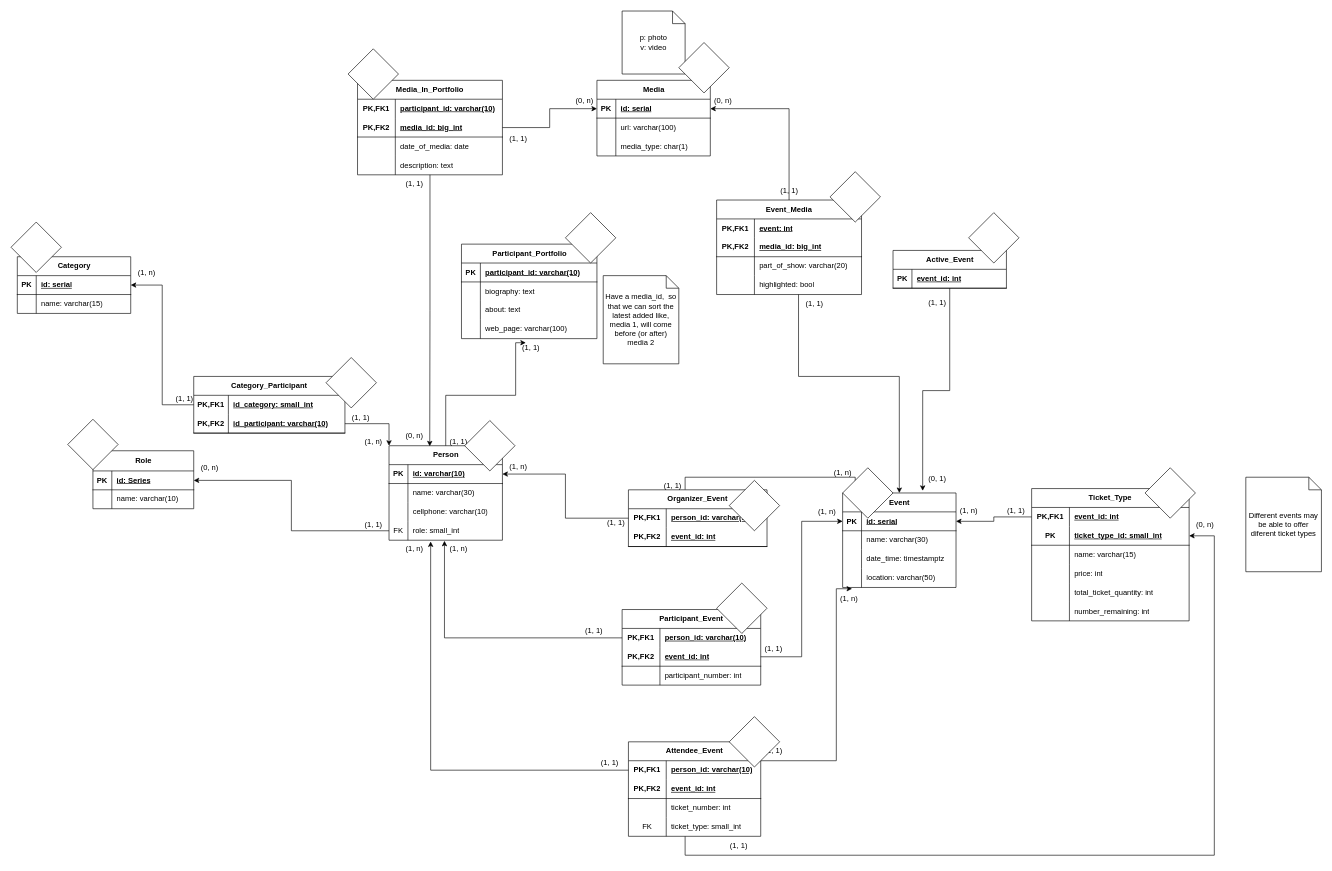
Before: DataBaseDiagram.drawio in Laughcheeta1/ImplementationMidterm, a draw.io diagram. Source tidied: cells renumbered, new cells numbered last; positions are measured from the earlier drawing's top-left corner, leaving out a move shared by most shapes. Both pictures are drawn from the tidied source at 63%, with x=0, y=0 at pixel (11, 11).
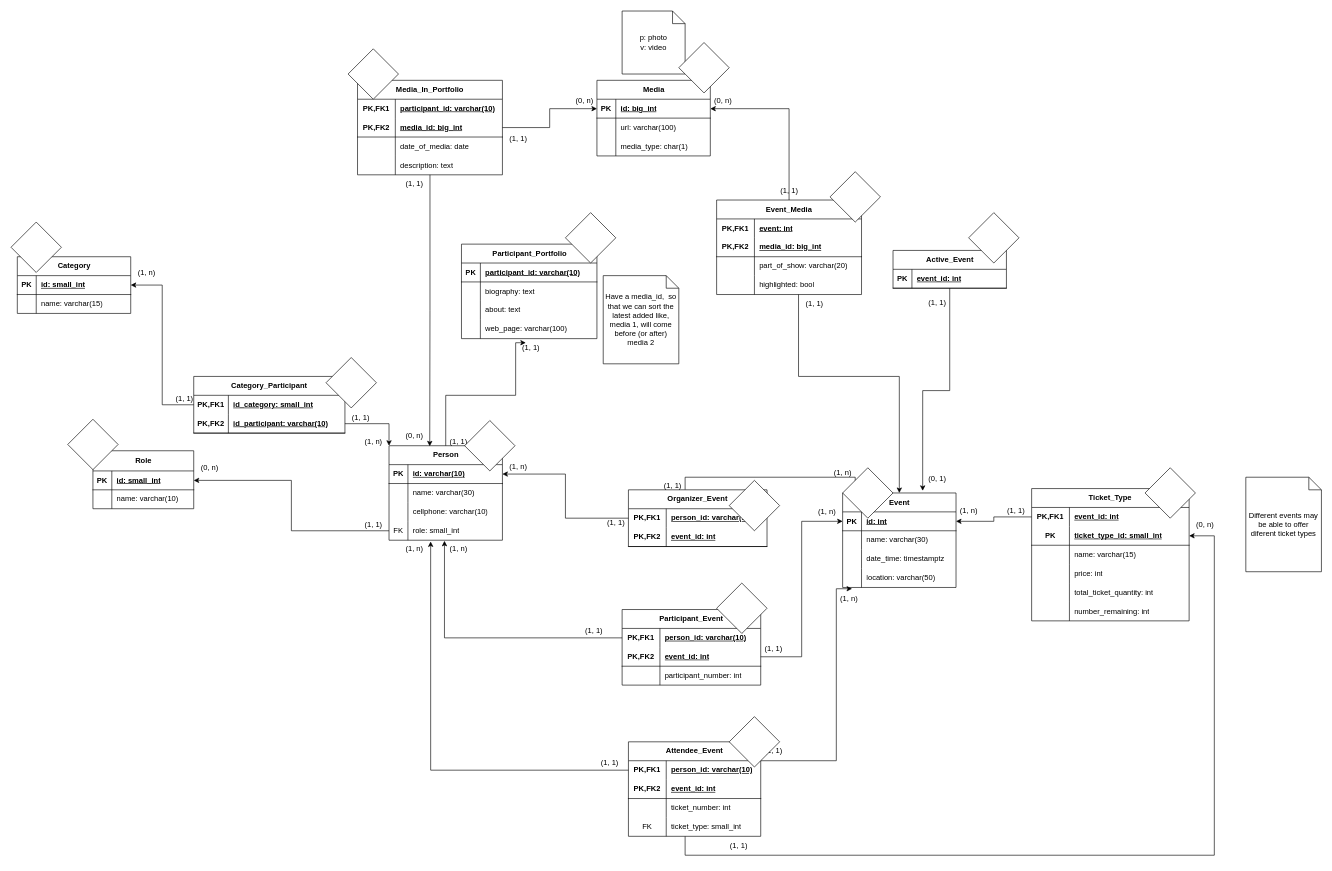
Above is the later version.

Commit message (it also covers changes not shown here):
Changed a litle about table creation, so now it works

Unchanged cells that the change refers to:
```xml
<mxCell id="3" style="shape=tableRow;horizontal=0;startSize=0;swimlaneHead=0;swimlaneBody=0;fillColor=none;points=[[0,0.5],[1,0.5]];portConstraint=eastwest;top=0;left=0;right=0;bottom=1;" parent="2" vertex="1">
  <mxGeometry y="32" width="160" height="30" as="geometry" />
</mxCell>
<mxCell id="10" style="shape=tableRow;horizontal=0;startSize=0;swimlaneHead=0;swimlaneBody=0;fillColor=none;points=[[0,0.5],[1,0.5]];portConstraint=eastwest;top=0;left=0;right=0;bottom=1;" parent="9" vertex="1">
  <mxGeometry y="30" width="180" height="30" as="geometry" />
</mxCell>
<mxCell id="86" style="shape=tableRow;horizontal=0;startSize=0;swimlaneHead=0;swimlaneBody=0;fillColor=none;points=[[0,0.5],[1,0.5]];portConstraint=eastwest;top=0;left=0;right=0;bottom=1;" parent="85" vertex="1">
  <mxGeometry y="30" width="180" height="30" as="geometry" />
</mxCell>
<mxCell id="128" style="shape=tableRow;horizontal=0;startSize=0;swimlaneHead=0;swimlaneBody=0;fillColor=none;points=[[0,0.5],[1,0.5]];portConstraint=eastwest;top=0;left=0;right=0;bottom=1;" parent="127" vertex="1">
  <mxGeometry y="30" width="180" height="30" as="geometry" />
</mxCell>
```

Change to the diagram source:
```diff
@@
-    <mxCell id="5" value="id: Series" style="shape=partialRectangle;fillColor=none;top=0;left=0;bottom=0;right=0;align=left;spacingLeft=6;fontStyle=5;overflow=hidden;whiteSpace=wrap;html=1;" parent="3" vertex="1">
+    <mxCell id="5" value="id: small_int" style="shape=partialRectangle;fillColor=none;top=0;left=0;bottom=0;right=0;align=left;spacingLeft=6;fontStyle=5;overflow=hidden;whiteSpace=wrap;html=1;" parent="3" vertex="1">
       <mxGeometry x="30" width="130" height="30" as="geometry" />
     </mxCell>
@@
-    <mxCell id="12" value="id: serial" style="shape=partialRectangle;fillColor=none;top=0;left=0;bottom=0;right=0;align=left;spacingLeft=6;fontStyle=5;overflow=hidden;whiteSpace=wrap;html=1;" parent="10" vertex="1">
+    <mxCell id="12" value="id: int" style="shape=partialRectangle;fillColor=none;top=0;left=0;bottom=0;right=0;align=left;spacingLeft=6;fontStyle=5;overflow=hidden;whiteSpace=wrap;html=1;" parent="10" vertex="1">
       <mxGeometry x="30" width="150" height="30" as="geometry" />
     </mxCell>
@@
-    <mxCell id="88" value="id: serial" style="shape=partialRectangle;fillColor=none;top=0;left=0;bottom=0;right=0;align=left;spacingLeft=6;fontStyle=5;overflow=hidden;whiteSpace=wrap;html=1;" parent="86" vertex="1">
+    <mxCell id="88" value="id: small_int" style="shape=partialRectangle;fillColor=none;top=0;left=0;bottom=0;right=0;align=left;spacingLeft=6;fontStyle=5;overflow=hidden;whiteSpace=wrap;html=1;" parent="86" vertex="1">
       <mxGeometry x="30" width="150" height="30" as="geometry" />
     </mxCell>
@@
-    <mxCell id="130" value="id: serial" style="shape=partialRectangle;fillColor=none;top=0;left=0;bottom=0;right=0;align=left;spacingLeft=6;fontStyle=5;overflow=hidden;whiteSpace=wrap;html=1;" parent="128" vertex="1">
+    <mxCell id="130" value="id: big_int" style="shape=partialRectangle;fillColor=none;top=0;left=0;bottom=0;right=0;align=left;spacingLeft=6;fontStyle=5;overflow=hidden;whiteSpace=wrap;html=1;" parent="128" vertex="1">
       <mxGeometry x="30" width="150" height="30" as="geometry" />
     </mxCell>
```
